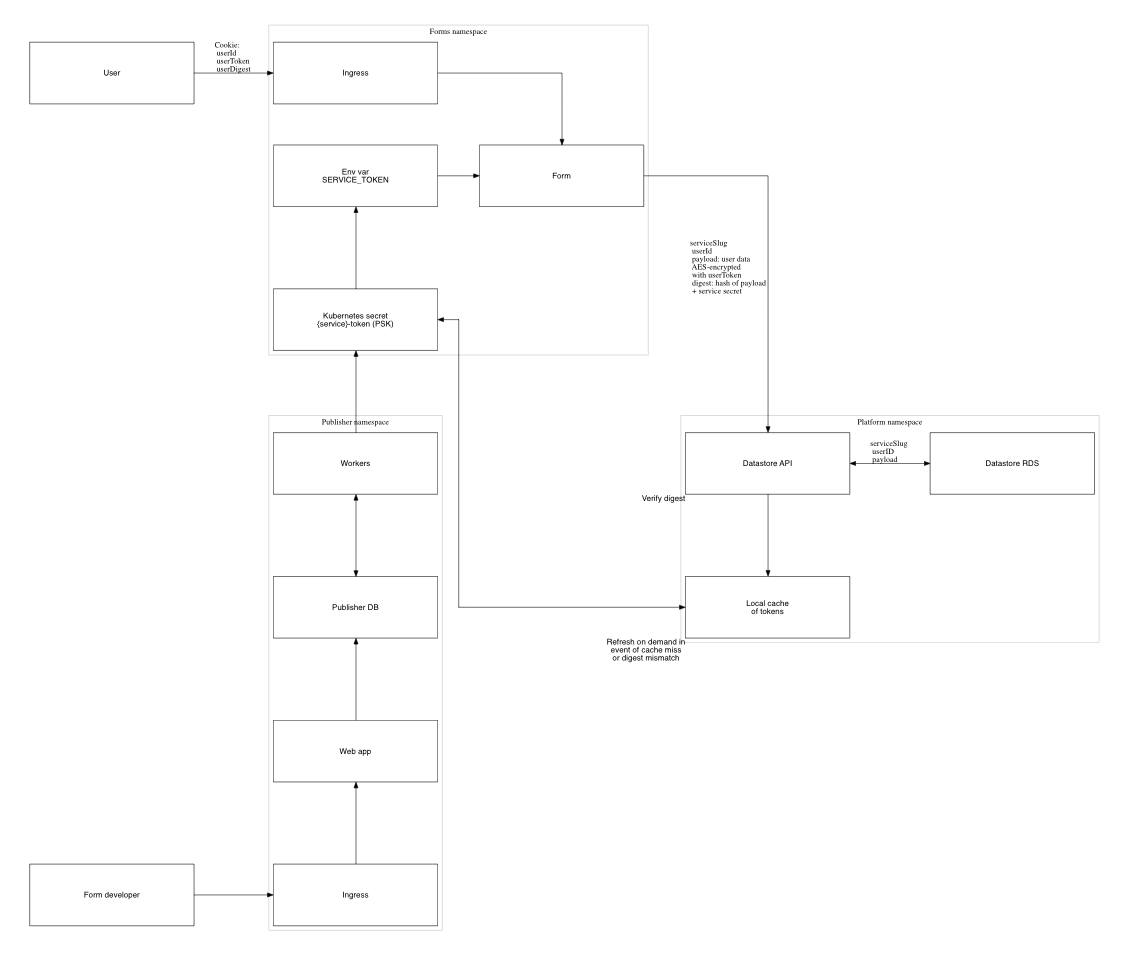
This is documentation/platform/user-data/images/userdata--sequence.png from ministryofjustice/form-builder, a Graphviz export, as it was before one commit. Its source is kept beside it as documentation/platform/user-data/files/userdata--sequence.dot. Source of this version:
```dot
digraph switches {
  rankdir=LR
  newrank=true;
  size = "20,10";
  splines=ortho;
  graph [pad="0.5", ranksep="1", nodesep="1"]
  node [fontname = "helvetica", width=4, height=1.5]
  node [shape = box, fillcolor = white, fontcolor=black, width=4];

  user [ label="User" ];
  ingress [ label="Ingress" ];
  form [ label="Form" ];
  var [ label="Env var\nSERVICE_TOKEN" ];
  data_api [ label="Datastore API"; xlabel="Verify digest"];
  data_db [ label="Datastore RDS"];
  token_cache [ label="Local cache\nof tokens"; xlabel="Refresh on demand in\nevent of cache miss\nor digest mismatch" ];
  secret [ label="Kubernetes secret\n{service}-token (PSK)"];
  publisher_workers [ label="Workers"];
  publisher_db [ label="Publisher DB"];
  publisher_web [ label="Web app"];
  publisher_ingress [ label="Ingress"];
  developer [ label="Form developer"];

  subgraph cluster_b {
    label = "Forms namespace";
    color=grey;
    ingress;
    secret;
    form;
    var;
  }

  subgraph cluster_d {
    color=white
    subgraph cluster_a {
      label = "Publisher namespace";
      color=grey
      publisher_db;
      publisher_web;
      publisher_ingress;
      publisher_workers;
    }
    subgraph cluster_c {
      label = "Platform namespace";
      color=grey
      data_api;
      data_db;
      token_cache;
    }
    developer;
  }

  {
    rank=same;
    publisher_workers;
    publisher_db;
    publisher_web;
    publisher_ingress;
    var;
    secret;
  }

  {
    rank=same;
    data_api;
    token_cache;
  }

  user -> ingress [label="Cookie: \l userId \l userToken \l userDigest \l"]

  ingress -> form

  form -> data_api [xlabel="serviceSlug \l userId \l payload: user data \l AES-encrypted \l with userToken \l digest: hash of payload \l + service secret \l"]

  data_api -> data_db [dir="both"; label="serviceSlug \l userID \l payload \l"]

  data_api -> token_cache

  var -> form

  secret -> var

  secret -> token_cache [dir="both"]

  publisher_workers -> secret

  publisher_db -> publisher_workers [dir="both"]

  publisher_web -> publisher_db

  publisher_ingress -> publisher_web

  developer -> publisher_ingress

}
```
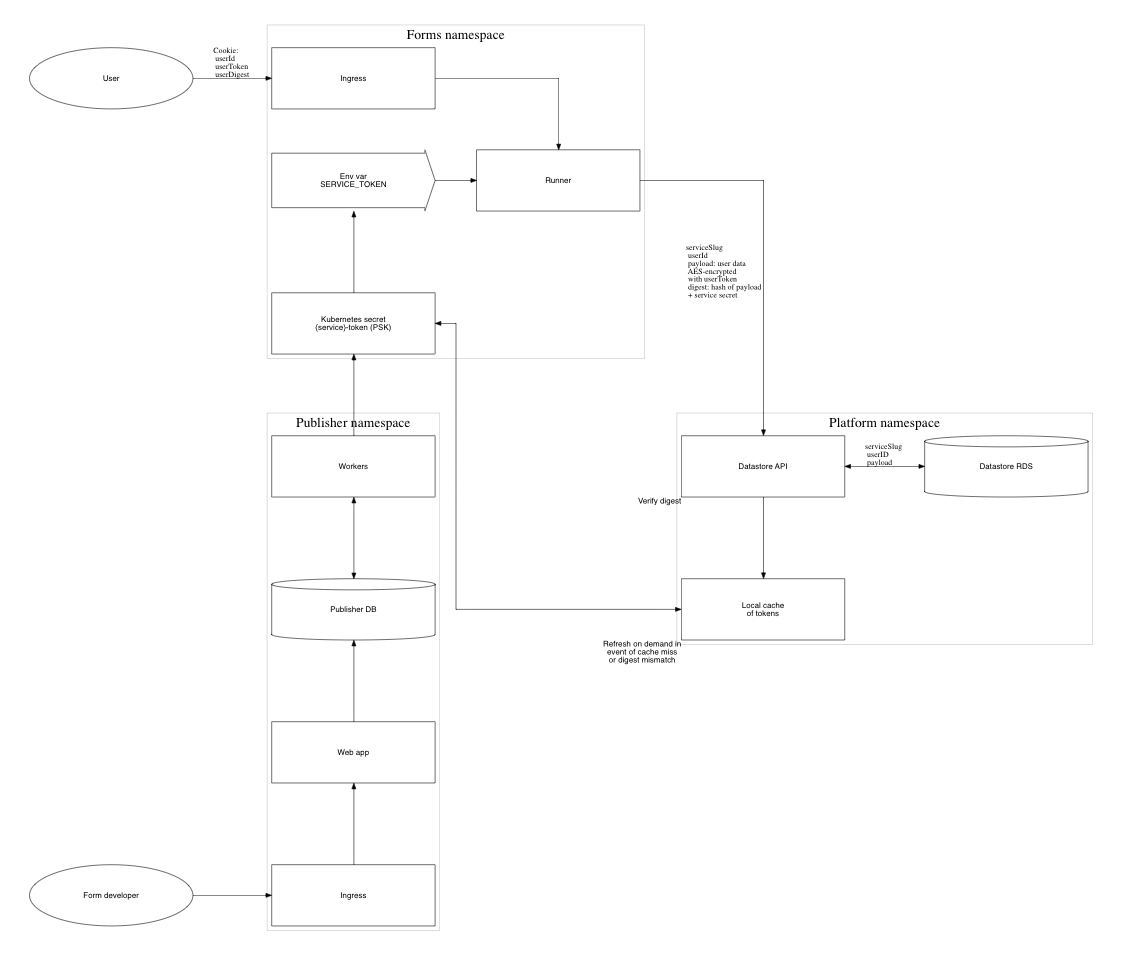
The same file after the commit.

The edit, as a diff of the source:
```diff
@@ -3,23 +3,23 @@
   newrank=true;
   size = "20,10";
   splines=ortho;
-  graph [pad="0.5", ranksep="1", nodesep="1"]
+  graph [pad="0.5", ranksep="1", nodesep="1", fontsize=24]
   node [fontname = "helvetica", width=4, height=1.5]
   node [shape = box, fillcolor = white, fontcolor=black, width=4];
 
-  user [ label="User" ];
+  user [ label="User", shape=ellipse ];
   ingress [ label="Ingress" ];
-  form [ label="Form" ];
-  var [ label="Env var\nSERVICE_TOKEN" ];
-  data_api [ label="Datastore API"; xlabel="Verify digest"];
-  data_db [ label="Datastore RDS"];
+  form [ label="Runner" ];
+  var [ shape=rarrow, label="Env var\nSERVICE_TOKEN" ];
+  data_api [ label="Datastore API", xlabel="Verify digest"];
   token_cache [ label="Local cache\nof tokens"; xlabel="Refresh on demand in\nevent of cache miss\nor digest mismatch" ];
   secret [ label="Kubernetes secret\n{service}-token (PSK)"];
   publisher_workers [ label="Workers"];
-  publisher_db [ label="Publisher DB"];
+  publisher_db [ label="Publisher DB", shape=cylinder];
   publisher_web [ label="Web app"];
   publisher_ingress [ label="Ingress"];
-  developer [ label="Form developer"];
+  developer [ label="Form developer", shape=ellipse];
+  data_db [ label="Datastore RDS", shape=cylinder];
 
   subgraph cluster_b {
     label = "Forms namespace";
```
